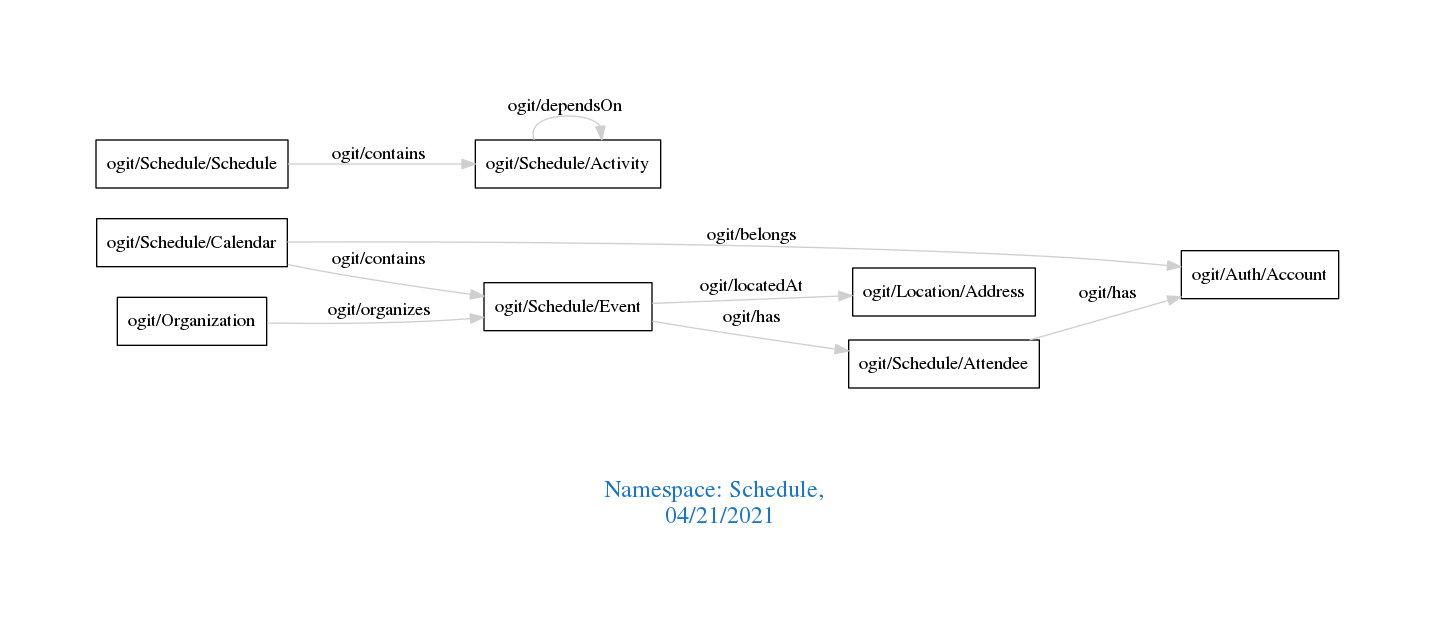
arago/OGIT keeps this Graphviz diagram as downloads/Schedule.png. Above is the earlier version. Its source is kept beside it as downloads/Schedule.dot.
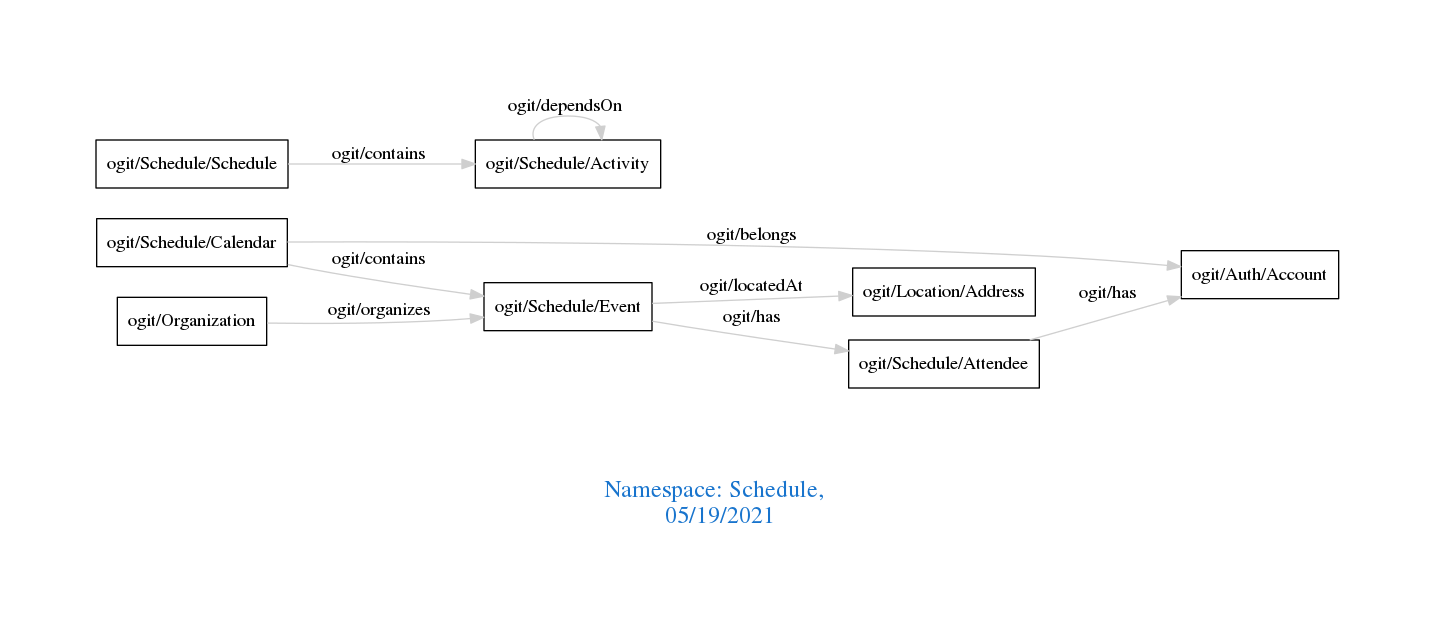
The same file after the commit.

Change to the diagram source:
```diff
@@ -1,7 +1,7 @@
 digraph OGIT_ontology {
  graph [ rankdir= LR,pad=1
 fontsize = 18,
-fontcolor= dodgerblue3,label = "\n\n\nNamespace: Schedule, \n 04/21/2021"];
+fontcolor= dodgerblue3,label = "\n\n\nNamespace: Schedule, \n 05/19/2021"];
 node[shape=polygon];
 edge [  color="gray81"];
 
```
